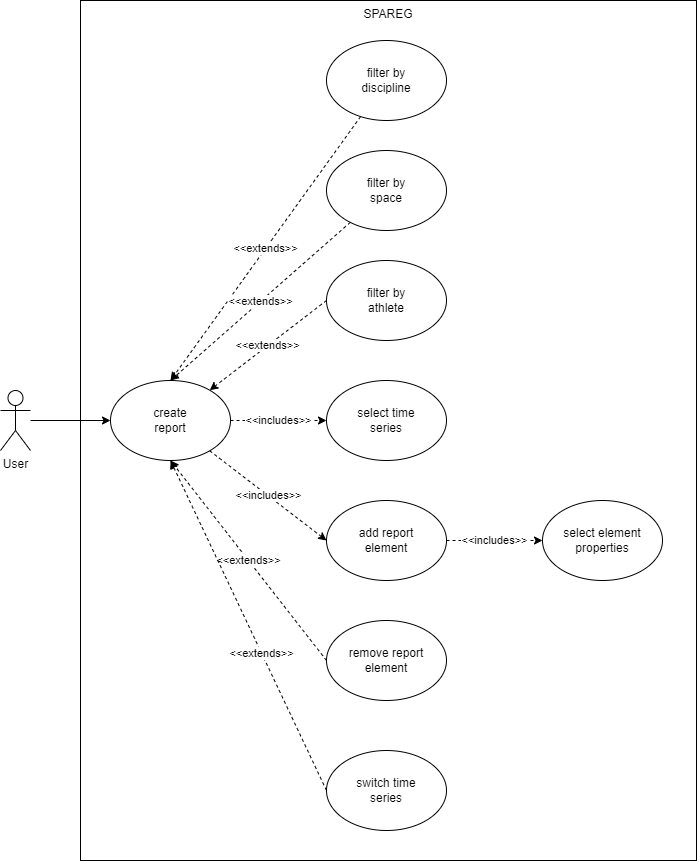
Earlier version of the draw.io export docs/PNG/use_case.png (Dennis-4711/SPAREG). Source tidied: cells renumbered, new cells last; positions are measured from the earlier drawing's top-left corner, leaving out a move shared by most shapes.
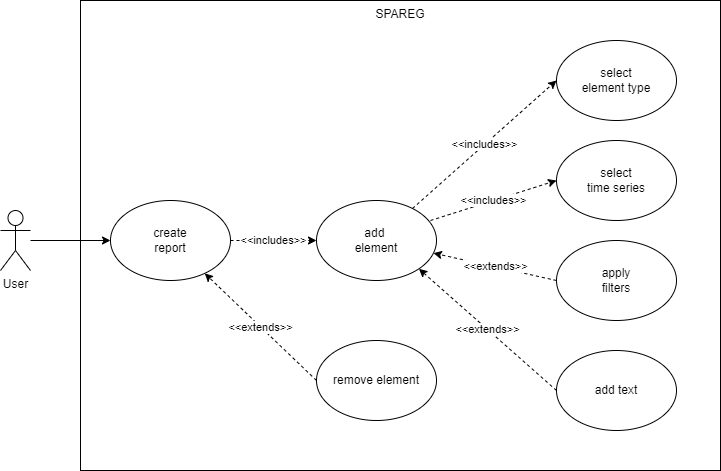
After the commit.

Commit message:
update use case diagram

Diff of the diagram source:
```diff
@@ -3,64 +3,52 @@
     <mxCell id="0" />
     <mxCell id="1" parent="0" />
     <mxCell id="2" value="SPAREG" style="rounded=0;whiteSpace=wrap;html=1;verticalAlign=top;" parent="1" vertex="1">
-      <mxGeometry x="80" width="616" height="860" as="geometry" />
+      <mxGeometry x="80" y="100" width="640" height="470" as="geometry" />
     </mxCell>
     <mxCell id="3" style="edgeStyle=orthogonalEdgeStyle;rounded=0;jettySize=auto;html=1;entryX=0;entryY=0.5;entryDx=0;entryDy=0;endArrow=classic;endFill=1;" parent="1" edge="1" source="4" target="7">
       <mxGeometry relative="1" as="geometry" />
     </mxCell>
     <mxCell id="4" value="User" style="shape=umlActor;verticalLabelPosition=bottom;verticalAlign=top;html=1;outlineConnect=0;" parent="1" vertex="1">
-      <mxGeometry y="390" width="30" height="60" as="geometry" />
+      <mxGeometry y="310" width="30" height="60" as="geometry" />
     </mxCell>
-    <mxCell id="5" value="&amp;lt;&amp;lt;includes&amp;gt;&amp;gt;" style="edgeStyle=none;rounded=0;jettySize=auto;html=1;entryX=0;entryY=0.5;entryDx=0;entryDy=0;dashed=1;endArrow=classic;endFill=1;" parent="1" edge="1" source="7" target="14">
+    <mxCell id="5" value="&amp;lt;&amp;lt;includes&amp;gt;&amp;gt;" style="edgeStyle=none;rounded=0;jettySize=auto;html=1;entryX=0;entryY=0.5;entryDx=0;entryDy=0;dashed=1;endArrow=classic;endFill=1;exitX=1;exitY=0.5;exitDx=0;exitDy=0;" parent="1" edge="1" source="7" target="14">
       <mxGeometry relative="1" as="geometry" />
     </mxCell>
-    <mxCell id="6" value="&amp;lt;&amp;lt;includes&amp;gt;&amp;gt;" style="edgeStyle=none;rounded=0;jettySize=auto;html=1;entryX=0;entryY=0.5;entryDx=0;entryDy=0;dashed=1;endArrow=classic;endFill=1;" parent="1" edge="1" source="7" target="16">
-      <mxGeometry relative="1" as="geometry" />
-    </mxCell>
     <mxCell id="7" value="create&lt;br&gt;report" style="ellipse;whiteSpace=wrap;html=1;" parent="1" vertex="1">
-      <mxGeometry x="110" y="380" width="120" height="80" as="geometry" />
+      <mxGeometry x="110" y="300" width="120" height="80" as="geometry" />
     </mxCell>
-    <mxCell id="8" value="&amp;lt;&amp;lt;extends&amp;gt;&amp;gt;" style="edgeStyle=none;rounded=0;jettySize=auto;html=1;entryX=0.5;entryY=0;entryDx=0;entryDy=0;dashed=1;endArrow=classic;endFill=1;" parent="1" edge="1" source="9" target="7">
-      <mxGeometry relative="1" as="geometry" />
-    </mxCell>
-    <mxCell id="9" value="filter by&lt;br&gt;discipline" style="ellipse;whiteSpace=wrap;html=1;" parent="1" vertex="1">
-      <mxGeometry x="326" y="40" width="120" height="80" as="geometry" />
-    </mxCell>
-    <mxCell id="10" value="&amp;lt;&amp;lt;extends&amp;gt;&amp;gt;" style="edgeStyle=none;rounded=0;jettySize=auto;html=1;dashed=1;endArrow=classic;endFill=1;entryX=0.5;entryY=0;entryDx=0;entryDy=0;" parent="1" edge="1" source="11" target="7">
-      <mxGeometry relative="1" as="geometry" />
-    </mxCell>
-    <mxCell id="11" value="filter by&lt;br&gt;space" style="ellipse;whiteSpace=wrap;html=1;" parent="1" vertex="1">
-      <mxGeometry x="326" y="150" width="120" height="80" as="geometry" />
-    </mxCell>
-    <mxCell id="12" value="filter by&lt;br&gt;athlete" style="ellipse;whiteSpace=wrap;html=1;" parent="1" vertex="1">
-      <mxGeometry x="326" y="260" width="120" height="80" as="geometry" />
-    </mxCell>
     <mxCell id="13" value="&amp;lt;&amp;lt;includes&amp;gt;&amp;gt;" style="edgeStyle=none;rounded=0;jettySize=auto;html=1;entryX=0;entryY=0.5;entryDx=0;entryDy=0;dashed=1;endArrow=classic;endFill=1;" parent="1" edge="1" source="14" target="15">
       <mxGeometry relative="1" as="geometry" />
     </mxCell>
-    <mxCell id="14" value="add report&lt;br&gt;element" style="ellipse;whiteSpace=wrap;html=1;" parent="1" vertex="1">
-      <mxGeometry x="326" y="500" width="120" height="80" as="geometry" />
+    <mxCell id="14" value="add&amp;nbsp;&lt;br&gt;element" style="ellipse;whiteSpace=wrap;html=1;" parent="1" vertex="1">
+      <mxGeometry x="316" y="300" width="120" height="80" as="geometry" />
     </mxCell>
-    <mxCell id="15" value="select element&lt;br&gt;properties" style="ellipse;whiteSpace=wrap;html=1;" parent="1" vertex="1">
-      <mxGeometry x="542" y="500" width="120" height="80" as="geometry" />
+    <mxCell id="15" value="select&lt;br&gt;element type" style="ellipse;whiteSpace=wrap;html=1;" parent="1" vertex="1">
+      <mxGeometry x="556" y="140" width="120" height="80" as="geometry" />
     </mxCell>
-    <mxCell id="16" value="select time&lt;br&gt;series" style="ellipse;whiteSpace=wrap;html=1;" parent="1" vertex="1">
-      <mxGeometry x="326" y="380" width="120" height="80" as="geometry" />
+    <mxCell id="16" value="select&lt;br&gt;time series" style="ellipse;whiteSpace=wrap;html=1;" parent="1" vertex="1">
+      <mxGeometry x="556" y="240" width="120" height="80" as="geometry" />
     </mxCell>
-    <mxCell id="17" value="&amp;lt;&amp;lt;extends&amp;gt;&amp;gt;" style="edgeStyle=none;rounded=0;jettySize=auto;html=1;dashed=1;endArrow=classic;endFill=1;exitX=0;exitY=0.5;exitDx=0;exitDy=0;" parent="1" edge="1" source="12" target="7">
-      <mxGeometry relative="1" as="geometry" />
-    </mxCell>
-    <mxCell id="18" value="remove report&lt;br&gt;element" style="ellipse;whiteSpace=wrap;html=1;" parent="1" vertex="1">
-      <mxGeometry x="326" y="620" width="120" height="80" as="geometry" />
-    </mxCell>
-    <mxCell id="19" value="&amp;lt;&amp;lt;extends&amp;gt;&amp;gt;" style="edgeStyle=none;rounded=0;jettySize=auto;html=1;dashed=1;endArrow=classic;endFill=1;exitX=0;exitY=0.5;exitDx=0;exitDy=0;entryX=0.5;entryY=1;entryDx=0;entryDy=0;" parent="1" edge="1" source="18" target="7">
-      <mxGeometry relative="1" as="geometry" />
-    </mxCell>
-    <mxCell id="20" value="switch time&lt;br&gt;series" style="ellipse;whiteSpace=wrap;html=1;" parent="1" vertex="1">
-      <mxGeometry x="326" y="750" width="120" height="80" as="geometry" />
-    </mxCell>
-    <mxCell id="21" value="&amp;lt;&amp;lt;extends&amp;gt;&amp;gt;" style="edgeStyle=none;rounded=0;jettySize=auto;html=1;dashed=1;endArrow=classic;endFill=1;exitX=0;exitY=0.5;exitDx=0;exitDy=0;entryX=0.5;entryY=1;entryDx=0;entryDy=0;" parent="1" edge="1" source="20" target="7">
-      <mxGeometry x="-0.17" relative="1" as="geometry" />
-    </mxCell>
+    <mxCell id="6" value="&amp;lt;&amp;lt;includes&amp;gt;&amp;gt;" style="edgeStyle=none;rounded=0;jettySize=auto;html=1;entryX=0;entryY=0.5;entryDx=0;entryDy=0;dashed=1;endArrow=classic;endFill=1;exitX=0.95;exitY=0.25;exitDx=0;exitDy=0;exitPerimeter=0;" parent="1" edge="1" source="14" target="16">
+      <mxGeometry relative="1" as="geometry" />
+    </mxCell>
+    <mxCell id="22" value="apply&lt;br&gt;filters" style="ellipse;whiteSpace=wrap;html=1;" parent="1" vertex="1">
+      <mxGeometry x="556" y="340" width="120" height="80" as="geometry" />
+    </mxCell>
+    <mxCell id="23" value="&amp;lt;&amp;lt;extends&amp;gt;&amp;gt;" style="edgeStyle=none;rounded=0;jettySize=auto;html=1;dashed=1;endArrow=classic;endFill=1;exitX=0;exitY=0.5;exitDx=0;exitDy=0;" parent="1" edge="1" source="22" target="14">
+      <mxGeometry relative="1" as="geometry" />
+    </mxCell>
+    <mxCell id="24" value="add text" style="ellipse;whiteSpace=wrap;html=1;" parent="1" vertex="1">
+      <mxGeometry x="556" y="450" width="120" height="80" as="geometry" />
+    </mxCell>
+    <mxCell id="25" value="&amp;lt;&amp;lt;extends&amp;gt;&amp;gt;" style="edgeStyle=none;rounded=0;jettySize=auto;html=1;dashed=1;endArrow=classic;endFill=1;exitX=0;exitY=0.5;exitDx=0;exitDy=0;entryX=1;entryY=1;entryDx=0;entryDy=0;" parent="1" edge="1" source="24" target="14">
+      <mxGeometry relative="1" as="geometry" />
+    </mxCell>
+    <mxCell id="26" value="remove element" style="ellipse;whiteSpace=wrap;html=1;" parent="1" vertex="1">
+      <mxGeometry x="316" y="440" width="120" height="80" as="geometry" />
+    </mxCell>
+    <mxCell id="27" value="&amp;lt;&amp;lt;extends&amp;gt;&amp;gt;" style="edgeStyle=none;rounded=0;jettySize=auto;html=1;dashed=1;endArrow=classic;endFill=1;exitX=0;exitY=0.5;exitDx=0;exitDy=0;" parent="1" edge="1" source="26" target="7">
+      <mxGeometry relative="1" as="geometry" />
+    </mxCell>
   </root>
 </mxGraphModel>
```
